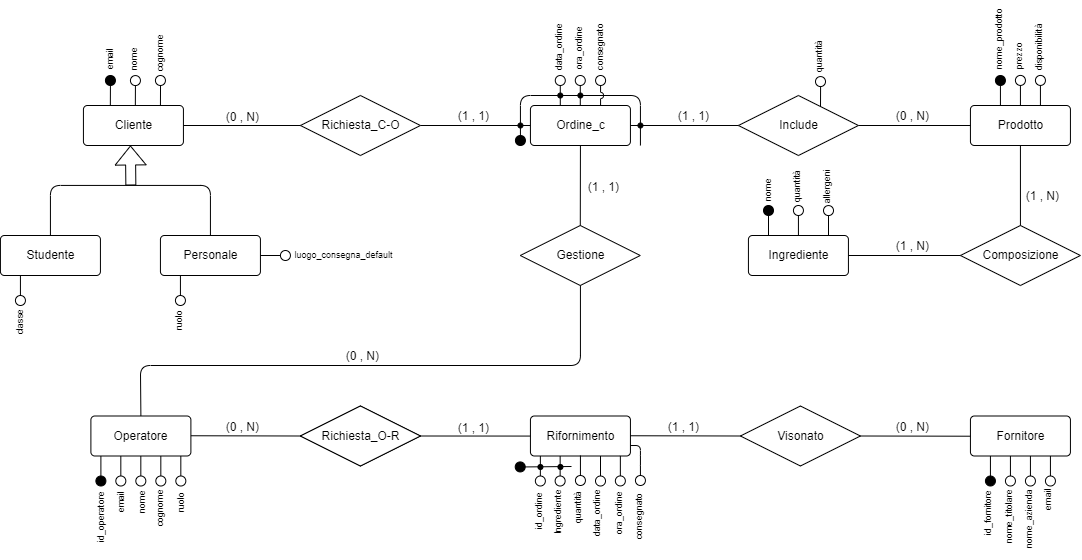
The draw.io diagram Schematics/Conceptual_model.drawio.png in Dani-Picciau/OwlBreak, before a commit. Source tidied: cells renumbered, new cells last; positions are measured from the earlier drawing's top-left corner, leaving out a move shared by most shapes.
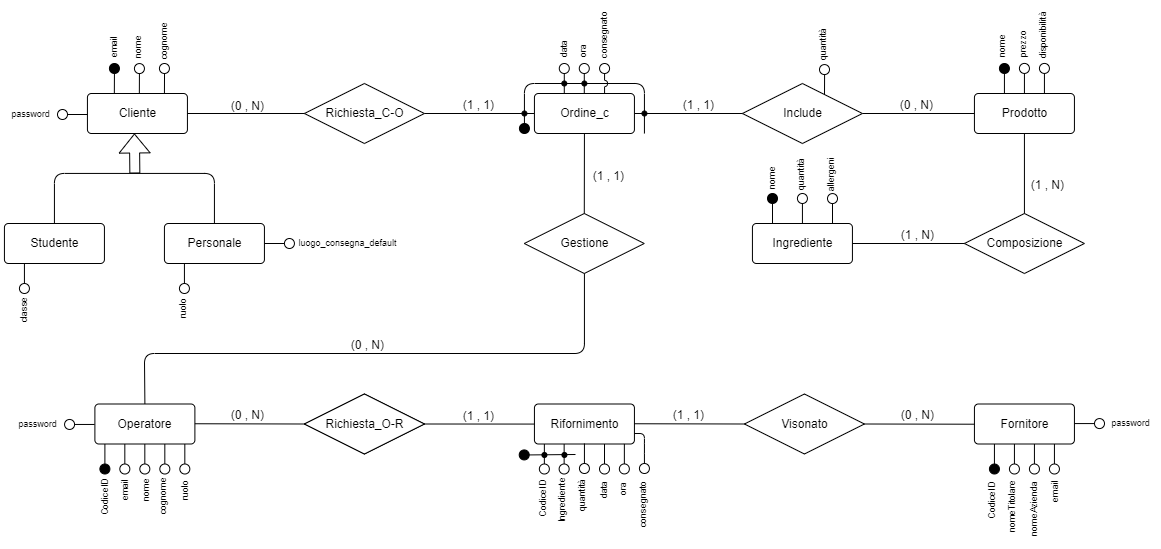
After the commit.

What changed in the source:
```diff
@@ -217,8 +217,8 @@
     <mxCell id="54" value="luogo_consegna_default" style="text;html=1;align=center;verticalAlign=middle;strokeColor=none;fillColor=none;fontSize=9;rotation=0;rounded=0;labelBackgroundColor=none;fontColor=default;backgroundOutline=1;fillOpacity=100;strokeOpacity=100;labelBorderColor=none;" parent="1" vertex="1">
       <mxGeometry x="288.1" y="216" width="120" height="20" as="geometry" />
     </mxCell>
-    <mxCell id="55" value="data_ordine" style="text;html=1;align=center;verticalAlign=middle;strokeColor=none;fillColor=none;fontSize=9;rotation=-90;rounded=0;labelBackgroundColor=none;fontColor=default;backgroundOutline=1;fillOpacity=100;strokeOpacity=100;labelBorderColor=none;" parent="1" vertex="1">
-      <mxGeometry x="528.8" y="8" width="70" height="20" as="geometry" />
+    <mxCell id="55" value="data" style="text;html=1;align=center;verticalAlign=middle;strokeColor=none;fillColor=none;fontSize=9;rotation=-90;rounded=0;labelBackgroundColor=none;fontColor=default;backgroundOutline=1;fillOpacity=100;strokeOpacity=100;labelBorderColor=none;" parent="1" vertex="1">
+      <mxGeometry x="544.8" y="22" width="40" height="20" as="geometry" />
     </mxCell>
     <mxCell id="56" style="group;rotation=-180;rounded=0;labelBackgroundColor=default;fontColor=default;backgroundOutline=1;fillOpacity=100;strokeOpacity=100;labelBorderColor=none;" parent="1" vertex="1">
       <mxGeometry x="179.3" y="426.5" width="14.1" height="32.1" as="geometry" />
@@ -268,8 +268,8 @@
         <mxPoint x="7" y="20" as="targetPoint" />
       </mxGeometry>
     </mxCell>
-    <mxCell id="68" value="id_operatore" style="text;html=1;align=center;verticalAlign=middle;strokeColor=none;fillColor=none;fontSize=9;rotation=-90;rounded=0;labelBackgroundColor=none;fontColor=default;backgroundOutline=1;fillOpacity=100;strokeOpacity=100;labelBorderColor=none;" parent="1" vertex="1">
-      <mxGeometry x="70.5" y="477.5" width="70" height="20" as="geometry" />
+    <mxCell id="68" value="CodiceID" style="text;html=1;align=center;verticalAlign=middle;strokeColor=none;fillColor=none;fontSize=9;rotation=-90;rounded=0;labelBackgroundColor=none;fontColor=default;backgroundOutline=1;fillOpacity=100;strokeOpacity=100;labelBorderColor=none;" parent="1" vertex="1">
+      <mxGeometry x="75.5" y="469.5" width="60" height="20" as="geometry" />
     </mxCell>
     <mxCell id="69" value="nome" style="text;html=1;align=center;verticalAlign=middle;strokeColor=none;fillColor=none;fontSize=9;rotation=-90;rounded=0;labelBackgroundColor=none;fontColor=default;backgroundOutline=1;fillOpacity=100;strokeOpacity=100;labelBorderColor=none;" parent="1" vertex="1">
       <mxGeometry x="121.4" y="462.5" width="50" height="20" as="geometry" />
@@ -331,17 +331,17 @@
         <mxPoint x="6" y="20" as="targetPoint" />
       </mxGeometry>
     </mxCell>
-    <mxCell id="85" value="id_fornitore" style="text;html=1;align=center;verticalAlign=middle;strokeColor=none;fillColor=none;fontSize=9;rotation=-90;rounded=0;labelBackgroundColor=none;fontColor=default;backgroundOutline=1;fillOpacity=100;strokeOpacity=100;labelBorderColor=none;" parent="1" vertex="1">
-      <mxGeometry x="958.9" y="473.5" width="70" height="20" as="geometry" />
+    <mxCell id="85" value="CodiceID" style="text;html=1;align=center;verticalAlign=middle;strokeColor=none;fillColor=none;fontSize=9;rotation=-90;rounded=0;labelBackgroundColor=none;fontColor=default;backgroundOutline=1;fillOpacity=100;strokeOpacity=100;labelBorderColor=none;" parent="1" vertex="1">
+      <mxGeometry x="963.9" y="473.5" width="60" height="20" as="geometry" />
     </mxCell>
-    <mxCell id="86" value="nome_titolare" style="text;html=1;align=center;verticalAlign=middle;strokeColor=none;fillColor=none;fontSize=9;rotation=-90;rounded=0;labelBackgroundColor=none;fontColor=default;backgroundOutline=1;fillOpacity=100;strokeOpacity=100;labelBorderColor=none;" parent="1" vertex="1">
-      <mxGeometry x="974.9" y="477.5" width="80" height="20" as="geometry" />
+    <mxCell id="86" value="nomeTitolare" style="text;html=1;align=center;verticalAlign=middle;strokeColor=none;fillColor=none;fontSize=9;rotation=-90;rounded=0;labelBackgroundColor=none;fontColor=default;backgroundOutline=1;fillOpacity=100;strokeOpacity=100;labelBorderColor=none;" parent="1" vertex="1">
+      <mxGeometry x="973.9" y="479.5" width="80" height="20" as="geometry" />
     </mxCell>
-    <mxCell id="87" value="nome_azienda" style="text;html=1;align=center;verticalAlign=middle;strokeColor=none;fillColor=none;fontSize=9;rotation=-90;rounded=0;labelBackgroundColor=none;fontColor=default;backgroundOutline=1;fillOpacity=100;strokeOpacity=100;labelBorderColor=none;" parent="1" vertex="1">
-      <mxGeometry x="994.9" y="479.5" width="80" height="20" as="geometry" />
+    <mxCell id="87" value="nomeAzienda" style="text;html=1;align=center;verticalAlign=middle;strokeColor=none;fillColor=none;fontSize=9;rotation=-90;rounded=0;labelBackgroundColor=none;fontColor=default;backgroundOutline=1;fillOpacity=100;strokeOpacity=100;labelBorderColor=none;" parent="1" vertex="1">
+      <mxGeometry x="995.9" y="481.5" width="80" height="20" as="geometry" />
     </mxCell>
     <mxCell id="88" value="email" style="text;html=1;align=center;verticalAlign=middle;strokeColor=none;fillColor=none;fontSize=9;rotation=-90;rounded=0;labelBackgroundColor=none;fontColor=default;backgroundOutline=1;fillOpacity=100;strokeOpacity=100;labelBorderColor=none;" parent="1" vertex="1">
-      <mxGeometry x="1028.9" y="460.5" width="50" height="20" as="geometry" />
+      <mxGeometry x="1031.9" y="464.5" width="50" height="20" as="geometry" />
     </mxCell>
     <mxCell id="89" value="quantità" style="text;html=1;align=center;verticalAlign=middle;strokeColor=none;fillColor=none;fontSize=9;rotation=-90;rounded=0;labelBackgroundColor=none;fontColor=default;backgroundOutline=1;fillOpacity=100;strokeOpacity=100;labelBorderColor=none;" parent="1" vertex="1">
       <mxGeometry x="771.9" y="147" width="60" height="20" as="geometry" />
@@ -349,8 +349,8 @@
     <mxCell id="90" value="consegnato" style="text;html=1;align=center;verticalAlign=middle;strokeColor=none;fillColor=none;fontSize=9;rotation=-90;rounded=0;labelBackgroundColor=none;fontColor=default;backgroundOutline=1;fillOpacity=100;strokeOpacity=100;labelBorderColor=none;" parent="1" vertex="1">
       <mxGeometry x="609.9" y="477.5" width="70" height="20" as="geometry" />
     </mxCell>
-    <mxCell id="91" value="data_ordine" style="text;html=1;align=center;verticalAlign=middle;strokeColor=none;fillColor=none;fontSize=9;rotation=-90;rounded=0;labelBackgroundColor=none;fontColor=default;backgroundOutline=1;fillOpacity=100;strokeOpacity=100;labelBorderColor=none;" parent="1" vertex="1">
-      <mxGeometry x="567.3" y="473.5" width="70" height="20" as="geometry" />
+    <mxCell id="91" value="data" style="text;html=1;align=center;verticalAlign=middle;strokeColor=none;fillColor=none;fontSize=9;rotation=-90;rounded=0;labelBackgroundColor=none;fontColor=default;backgroundOutline=1;fillOpacity=100;strokeOpacity=100;labelBorderColor=none;" parent="1" vertex="1">
+      <mxGeometry x="585.3" y="462.5" width="40" height="20" as="geometry" />
     </mxCell>
     <mxCell id="92" value="quantità" style="text;html=1;align=center;verticalAlign=middle;strokeColor=none;fillColor=none;fontSize=9;rotation=-90;rounded=0;labelBackgroundColor=none;fontColor=default;backgroundOutline=1;fillOpacity=100;strokeOpacity=100;labelBorderColor=none;" parent="1" vertex="1">
       <mxGeometry x="553.9" y="468.5" width="60" height="20" as="geometry" />
@@ -387,8 +387,8 @@
     <mxCell id="101" style="ellipse;html=1;strokeWidth=1;rotation=-225;fillColor=#000000;rounded=0;labelBackgroundColor=default;fontColor=default;backgroundOutline=1;fillOpacity=100;strokeOpacity=100;labelBorderColor=none;" parent="1" vertex="1">
       <mxGeometry x="519.9" y="106" width="10" height="10" as="geometry" />
     </mxCell>
-    <mxCell id="102" value="ora_ordine" style="text;html=1;align=center;verticalAlign=middle;strokeColor=none;fillColor=none;fontSize=9;rotation=-90;rounded=0;labelBackgroundColor=none;fontColor=default;backgroundOutline=1;fillOpacity=100;strokeOpacity=100;labelBorderColor=none;" parent="1" vertex="1">
-      <mxGeometry x="548.9" y="9" width="70" height="20" as="geometry" />
+    <mxCell id="102" value="ora" style="text;html=1;align=center;verticalAlign=middle;strokeColor=none;fillColor=none;fontSize=9;rotation=-90;rounded=0;labelBackgroundColor=none;fontColor=default;backgroundOutline=1;fillOpacity=100;strokeOpacity=100;labelBorderColor=none;" parent="1" vertex="1">
+      <mxGeometry x="563.9" y="24" width="40" height="20" as="geometry" />
     </mxCell>
     <mxCell id="103" style="ellipse;html=1;strokeWidth=1;rotation=-225;fillColor=#000000;rounded=0;labelBackgroundColor=default;fontColor=default;backgroundOutline=1;fillOpacity=100;strokeOpacity=100;labelBorderColor=none;" parent="1" vertex="1">
       <mxGeometry x="109.9" y="46" width="10" height="10" as="geometry" />
@@ -411,8 +411,8 @@
         <mxPoint x="7" y="12" as="targetPoint" />
       </mxGeometry>
     </mxCell>
-    <mxCell id="108" value="nome_prodotto" style="text;html=1;align=center;verticalAlign=middle;strokeColor=none;fillColor=none;fontSize=9;rotation=-90;rounded=0;labelBackgroundColor=none;fontColor=default;backgroundOutline=1;fillOpacity=100;strokeOpacity=100;labelBorderColor=none;" parent="1" vertex="1">
-      <mxGeometry x="963.9" y="0.1" width="80" height="20" as="geometry" />
+    <mxCell id="108" value="nome" style="text;html=1;align=center;verticalAlign=middle;strokeColor=none;fillColor=none;fontSize=9;rotation=-90;rounded=0;labelBackgroundColor=none;fontColor=default;backgroundOutline=1;fillOpacity=100;strokeOpacity=100;labelBorderColor=none;" parent="1" vertex="1">
+      <mxGeometry x="977.9" y="19.1" width="50" height="20" as="geometry" />
     </mxCell>
     <mxCell id="109" value="prezzo" style="text;html=1;align=center;verticalAlign=middle;strokeColor=none;fillColor=none;fontSize=9;rotation=-90;rounded=0;labelBackgroundColor=none;fontColor=default;backgroundOutline=1;fillOpacity=100;strokeOpacity=100;labelBorderColor=none;" parent="1" vertex="1">
       <mxGeometry x="998.9" y="16.9" width="50" height="20" as="geometry" />
@@ -594,7 +594,7 @@
         <mxPoint x="7" y="20" as="targetPoint" />
       </mxGeometry>
     </mxCell>
-    <mxCell id="154" value="id_ordine" style="text;html=1;align=center;verticalAlign=middle;strokeColor=none;fillColor=none;fontSize=9;rotation=-90;rounded=0;labelBackgroundColor=none;fontColor=default;backgroundOutline=1;fillOpacity=100;strokeOpacity=100;labelBorderColor=none;" parent="1" vertex="1">
+    <mxCell id="154" value="CodiceID" style="text;html=1;align=center;verticalAlign=middle;strokeColor=none;fillColor=none;fontSize=9;rotation=-90;rounded=0;labelBackgroundColor=none;fontColor=default;backgroundOutline=1;fillOpacity=100;strokeOpacity=100;labelBorderColor=none;" parent="1" vertex="1">
       <mxGeometry x="514.9" y="471.5" width="60" height="20" as="geometry" />
     </mxCell>
     <mxCell id="155" style="ellipse;html=1;strokeWidth=1;rotation=-405;fillColor=none;rounded=0;labelBackgroundColor=default;fontColor=default;backgroundOutline=1;fillOpacity=100;strokeOpacity=100;labelBorderColor=none;" parent="1" vertex="1">
@@ -608,8 +608,8 @@
         </Array>
       </mxGeometry>
     </mxCell>
-    <mxCell id="157" value="ora_ordine" style="text;html=1;align=center;verticalAlign=middle;strokeColor=none;fillColor=none;fontSize=9;rotation=-90;rounded=0;labelBackgroundColor=none;fontColor=default;backgroundOutline=1;fillOpacity=100;strokeOpacity=100;labelBorderColor=none;" parent="1" vertex="1">
-      <mxGeometry x="589.9" y="473.5" width="70" height="20" as="geometry" />
+    <mxCell id="157" value="ora" style="text;html=1;align=center;verticalAlign=middle;strokeColor=none;fillColor=none;fontSize=9;rotation=-90;rounded=0;labelBackgroundColor=none;fontColor=default;backgroundOutline=1;fillOpacity=100;strokeOpacity=100;labelBorderColor=none;" parent="1" vertex="1">
+      <mxGeometry x="604.9" y="461.5" width="40" height="20" as="geometry" />
     </mxCell>
     <mxCell id="158" value="Ordine_c" style="rounded=1;arcSize=10;html=1;align=center;labelBackgroundColor=default;fillColor=default;backgroundOutline=1;fillOpacity=100;strokeOpacity=100;fontColor=default;labelBorderColor=none;" parent="1" vertex="1">
       <mxGeometry x="534.9" y="76" width="100" height="40" as="geometry" />
@@ -655,5 +655,56 @@
     <mxCell id="169" style="ellipse;html=1;fillStyle=auto;strokeColor=#000000;fontSize=9;fillColor=#000000;rounded=0;labelBackgroundColor=default;fontColor=default;backgroundOutline=1;fillOpacity=100;strokeOpacity=100;labelBorderColor=none;" parent="1" vertex="1">
       <mxGeometry x="542.4" y="435" width="5" height="5" as="geometry" />
     </mxCell>
+    <mxCell id="170" style="group;" parent="1" vertex="1">
+      <mxGeometry x="0.9" y="87" width="87.2" height="20" as="geometry" />
+    </mxCell>
+    <mxCell id="171" style="group;rotation=-90;rounded=0;labelBackgroundColor=default;fontColor=default;backgroundOutline=1;fillOpacity=100;strokeOpacity=100;labelBorderColor=none;" parent="170" vertex="1">
+      <mxGeometry x="64.1" y="-6" width="14.1" height="32.1" as="geometry" />
+    </mxCell>
+    <mxCell id="172" style="ellipse;html=1;strokeWidth=1;rotation=-315;fillColor=none;rounded=0;labelBackgroundColor=default;fontColor=default;backgroundOutline=1;fillOpacity=100;strokeOpacity=100;labelBorderColor=none;" parent="171" vertex="1">
+      <mxGeometry x="-7" y="11" width="10" height="10" as="geometry" />
+    </mxCell>
+    <mxCell id="173" style="endArrow=none;html=1;entryX=1;entryY=0;entryDx=0;entryDy=0;rounded=0;labelBackgroundColor=default;fontColor=default;backgroundOutline=1;fillOpacity=100;strokeOpacity=100;labelBorderColor=none;" parent="171" edge="1" target="172">
+      <mxGeometry relative="1" as="geometry">
+        <mxPoint x="23" y="16" as="sourcePoint" />
+      </mxGeometry>
+    </mxCell>
+    <mxCell id="174" value="password" style="text;html=1;align=center;verticalAlign=middle;strokeColor=none;fillColor=none;fontSize=9;rotation=0;rounded=0;labelBackgroundColor=none;fontColor=default;backgroundOutline=1;fillOpacity=100;strokeOpacity=100;labelBorderColor=none;" parent="170" vertex="1">
+      <mxGeometry width="60" height="20" as="geometry" />
+    </mxCell>
+    <mxCell id="175" style="group;" parent="1" vertex="1">
+      <mxGeometry x="8" y="397" width="87.2" height="20" as="geometry" />
+    </mxCell>
+    <mxCell id="176" style="group;rotation=-90;rounded=0;labelBackgroundColor=default;fontColor=default;backgroundOutline=1;fillOpacity=100;strokeOpacity=100;labelBorderColor=none;" parent="175" vertex="1">
+      <mxGeometry x="64.1" y="-6" width="14.1" height="32.1" as="geometry" />
+    </mxCell>
+    <mxCell id="177" style="ellipse;html=1;strokeWidth=1;rotation=-315;fillColor=none;rounded=0;labelBackgroundColor=default;fontColor=default;backgroundOutline=1;fillOpacity=100;strokeOpacity=100;labelBorderColor=none;" parent="176" vertex="1">
+      <mxGeometry x="-7" y="11" width="10" height="10" as="geometry" />
+    </mxCell>
+    <mxCell id="178" style="endArrow=none;html=1;entryX=1;entryY=0;entryDx=0;entryDy=0;rounded=0;labelBackgroundColor=default;fontColor=default;backgroundOutline=1;fillOpacity=100;strokeOpacity=100;labelBorderColor=none;" parent="176" edge="1" target="177">
+      <mxGeometry relative="1" as="geometry">
+        <mxPoint x="23" y="16" as="sourcePoint" />
+      </mxGeometry>
+    </mxCell>
+    <mxCell id="179" value="password" style="text;html=1;align=center;verticalAlign=middle;strokeColor=none;fillColor=none;fontSize=9;rotation=0;rounded=0;labelBackgroundColor=none;fontColor=default;backgroundOutline=1;fillOpacity=100;strokeOpacity=100;labelBorderColor=none;" parent="175" vertex="1">
+      <mxGeometry width="60" height="20" as="geometry" />
+    </mxCell>
+    <mxCell id="180" style="group;" parent="1" vertex="1">
+      <mxGeometry x="1075" y="396.1" width="86.1" height="20" as="geometry" />
+    </mxCell>
+    <mxCell id="181" value="password" style="text;html=1;align=center;verticalAlign=middle;strokeColor=none;fillColor=none;fontSize=9;rotation=0;rounded=0;labelBackgroundColor=none;fontColor=default;backgroundOutline=1;fillOpacity=100;strokeOpacity=100;labelBorderColor=none;" parent="180" vertex="1">
+      <mxGeometry x="26.1" width="60" height="20" as="geometry" />
+    </mxCell>
+    <mxCell id="182" style="group;" parent="180" vertex="1">
+      <mxGeometry y="2.9" width="32.1" height="14.1" as="geometry" />
+    </mxCell>
+    <mxCell id="183" style="ellipse;html=1;strokeWidth=1;rotation=-135;fillColor=none;rounded=0;labelBackgroundColor=default;fontColor=default;backgroundOutline=1;fillOpacity=100;strokeOpacity=100;labelBorderColor=none;" parent="182" vertex="1">
+      <mxGeometry x="20" y="2.1" width="10" height="10" as="geometry" />
+    </mxCell>
+    <mxCell id="184" style="endArrow=none;html=1;entryX=1;entryY=0;entryDx=0;entryDy=0;rounded=0;labelBackgroundColor=default;fontColor=default;backgroundOutline=1;fillOpacity=100;strokeOpacity=100;labelBorderColor=none;" parent="182" edge="1" target="183">
+      <mxGeometry relative="1" as="geometry">
+        <mxPoint y="7.1" as="sourcePoint" />
+      </mxGeometry>
+    </mxCell>
   </root>
 </mxGraphModel>
```
